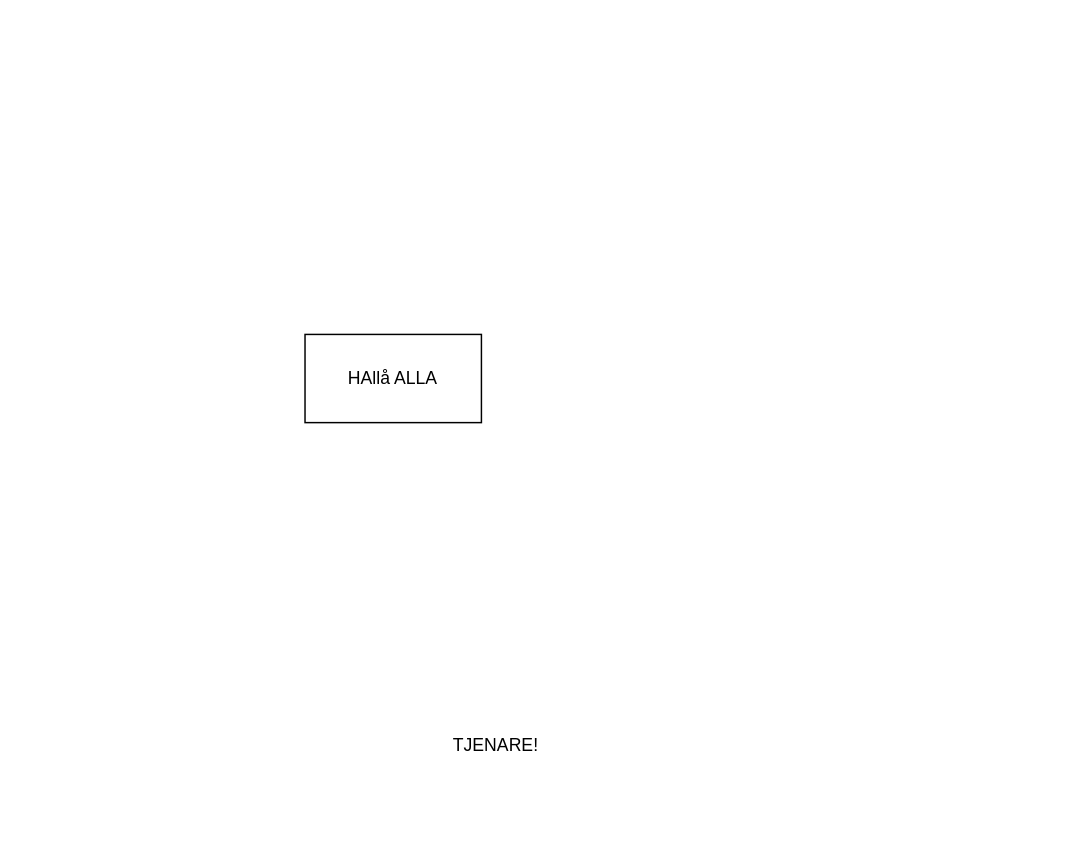
Before: Untitled Diagram.drawio in sjo0911/gruppArbeteMatsedel, a draw.io diagram. Source tidied: cells renumbered, new cells numbered last; positions are measured from the earlier drawing's top-left corner, leaving out a move shared by most shapes. Both pictures are drawn from the tidied source at 147%, with x=0, y=0 at pixel (304, 334).
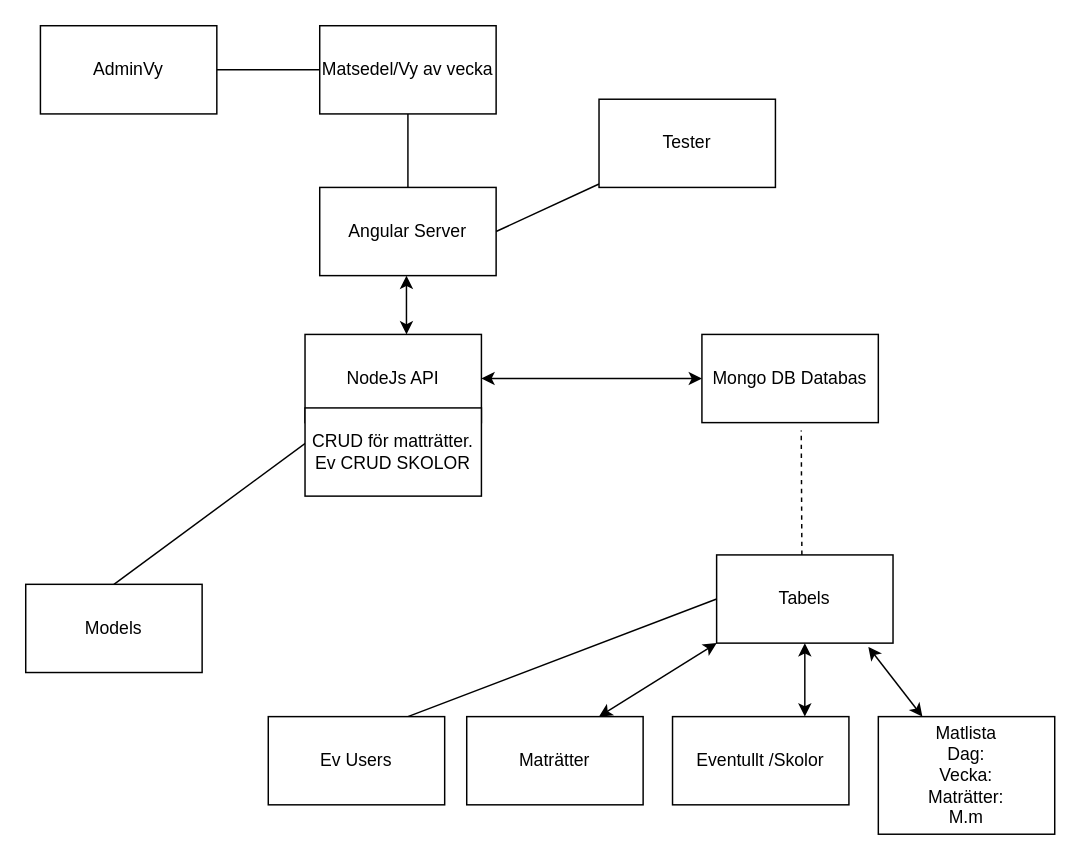
The same diagram, later.

Change to the diagram source:
```diff
@@
-    <mxCell id="2" value="HAllå ALLA" style="rounded=0;whiteSpace=wrap;html=1;" parent="1" vertex="1">
+    <mxCell id="2" value="NodeJs API" style="rounded=0;whiteSpace=wrap;html=1;" parent="1" vertex="1">
       <mxGeometry width="120" height="60" as="geometry" />
     </mxCell>
-    <mxCell id="3" value="TJENARE!" style="text;html=1;strokeColor=none;fillColor=none;align=center;verticalAlign=middle;whiteSpace=wrap;rounded=0;" parent="1" vertex="1">
-      <mxGeometry x="110" y="270" width="40" height="20" as="geometry" />
-    </mxCell>
+    <mxCell id="4" value="Angular Server" style="rounded=0;whiteSpace=wrap;html=1;" parent="1" vertex="1">
+      <mxGeometry x="10" y="-100" width="120" height="60" as="geometry" />
+    </mxCell>
+    <mxCell id="5" style="endArrow=classic;startArrow=classic;html=1;" parent="1" edge="1">
+      <mxGeometry relative="1" as="geometry">
+        <mxPoint x="69" as="sourcePoint" />
+        <mxPoint x="69" y="-40" as="targetPoint" />
+      </mxGeometry>
+    </mxCell>
+    <mxCell id="6" style="endArrow=classic;startArrow=classic;html=1;exitX=1;exitY=0.5;exitDx=0;exitDy=0;" parent="1" edge="1" source="2" target="7">
+      <mxGeometry relative="1" as="geometry">
+        <Array as="points">
+          <mxPoint x="210" y="30" />
+        </Array>
+      </mxGeometry>
+    </mxCell>
+    <mxCell id="7" value="Mongo DB Databas" style="rounded=0;whiteSpace=wrap;html=1;" parent="1" vertex="1">
+      <mxGeometry x="270" width="120" height="60" as="geometry" />
+    </mxCell>
+    <mxCell id="8" style="endArrow=none;html=1;" parent="1" edge="1" target="2">
+      <mxGeometry relative="1" as="geometry">
+        <mxPoint x="-130" y="170" as="sourcePoint" />
+      </mxGeometry>
+    </mxCell>
+    <mxCell id="9" value="Models" style="rounded=0;whiteSpace=wrap;html=1;" parent="1" vertex="1">
+      <mxGeometry x="-190" y="170" width="120" height="60" as="geometry" />
+    </mxCell>
+    <mxCell id="10" style="endArrow=none;dashed=1;html=1;entryX=0.563;entryY=1.09;entryDx=0;entryDy=0;entryPerimeter=0;" parent="1" edge="1" target="7">
+      <mxGeometry relative="1" as="geometry">
+        <mxPoint x="338" y="150" as="sourcePoint" />
+      </mxGeometry>
+    </mxCell>
+    <mxCell id="11" value="Tabels" style="rounded=0;whiteSpace=wrap;html=1;" parent="1" vertex="1">
+      <mxGeometry x="280" y="150" width="120" height="60" as="geometry" />
+    </mxCell>
+    <mxCell id="12" style="endArrow=none;html=1;exitX=0.5;exitY=0;exitDx=0;exitDy=0;" parent="1" edge="1" source="4" target="13">
+      <mxGeometry relative="1" as="geometry" />
+    </mxCell>
+    <mxCell id="13" value="Matsedel/Vy av vecka" style="rounded=0;whiteSpace=wrap;html=1;" parent="1" vertex="1">
+      <mxGeometry x="10" y="-210" width="120" height="60" as="geometry" />
+    </mxCell>
+    <mxCell id="14" style="endArrow=none;html=1;exitX=0;exitY=0.5;exitDx=0;exitDy=0;" parent="1" edge="1" source="13" target="15">
+      <mxGeometry relative="1" as="geometry" />
+    </mxCell>
+    <mxCell id="15" value="AdminVy" style="rounded=0;whiteSpace=wrap;html=1;" parent="1" vertex="1">
+      <mxGeometry x="-180" y="-210" width="120" height="60" as="geometry" />
+    </mxCell>
+    <mxCell id="16" value="CRUD för matträtter.&lt;br&gt;Ev CRUD SKOLOR" style="rounded=0;whiteSpace=wrap;html=1;" parent="1" vertex="1">
+      <mxGeometry y="50" width="120" height="60" as="geometry" />
+    </mxCell>
+    <mxCell id="17" style="endArrow=classic;startArrow=classic;html=1;entryX=0;entryY=1;entryDx=0;entryDy=0;exitX=0.75;exitY=0;exitDx=0;exitDy=0;" parent="1" edge="1" source="18" target="11">
+      <mxGeometry relative="1" as="geometry" />
+    </mxCell>
+    <mxCell id="18" value="Maträtter" style="rounded=0;whiteSpace=wrap;html=1;" parent="1" vertex="1">
+      <mxGeometry x="110" y="260" width="120" height="60" as="geometry" />
+    </mxCell>
+    <mxCell id="19" style="endArrow=classic;startArrow=classic;html=1;entryX=0.5;entryY=1;entryDx=0;entryDy=0;exitX=0.75;exitY=0;exitDx=0;exitDy=0;" parent="1" edge="1" source="20" target="11">
+      <mxGeometry relative="1" as="geometry" />
+    </mxCell>
+    <mxCell id="20" value="Eventullt /Skolor" style="rounded=0;whiteSpace=wrap;html=1;" parent="1" vertex="1">
+      <mxGeometry x="250" y="260" width="120" height="60" as="geometry" />
+    </mxCell>
+    <mxCell id="21" style="endArrow=classic;startArrow=classic;html=1;entryX=0.86;entryY=1.043;entryDx=0;entryDy=0;entryPerimeter=0;" parent="1" edge="1" target="11">
+      <mxGeometry relative="1" as="geometry">
+        <mxPoint x="420" y="260" as="sourcePoint" />
+      </mxGeometry>
+    </mxCell>
+    <mxCell id="22" value="Matlista&lt;br&gt;Dag:&lt;br&gt;Vecka:&lt;br&gt;Maträtter:&lt;br&gt;M.m" style="rounded=0;whiteSpace=wrap;html=1;" parent="1" vertex="1">
+      <mxGeometry x="390" y="260" width="120" height="80" as="geometry" />
+    </mxCell>
+    <mxCell id="23" style="endArrow=none;html=1;entryX=0;entryY=0.5;entryDx=0;entryDy=0;" parent="1" edge="1" target="11">
+      <mxGeometry relative="1" as="geometry">
+        <mxPoint x="70" y="260" as="sourcePoint" />
+      </mxGeometry>
+    </mxCell>
+    <mxCell id="24" value="Ev Users" style="rounded=0;whiteSpace=wrap;html=1;" parent="1" vertex="1">
+      <mxGeometry x="-25" y="260" width="120" height="60" as="geometry" />
+    </mxCell>
+    <mxCell id="25" style="endArrow=none;html=1;" parent="1" edge="1" target="26">
+      <mxGeometry relative="1" as="geometry">
+        <mxPoint x="130" y="-70" as="sourcePoint" />
+      </mxGeometry>
+    </mxCell>
+    <mxCell id="26" value="Tester" style="rounded=0;whiteSpace=wrap;html=1;" parent="1" vertex="1">
+      <mxGeometry x="200" y="-160" width="120" height="60" as="geometry" />
+    </mxCell>
```
